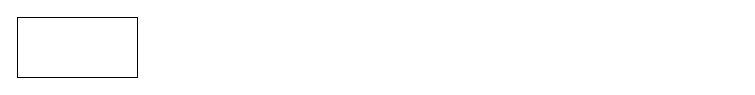
DUANQY0818/diagrams-collection keeps this draw.io diagram as page "第 1 页" (1 of 2) of variant-form.drawio. Above is the earlier version. Source tidied: cells renumbered, new cells numbered last; positions are measured from the earlier drawing's top-left corner, leaving out a move shared by most shapes. Both pictures are drawn from the tidied source at 100%, with x=0, y=0 at pixel (17, 17).
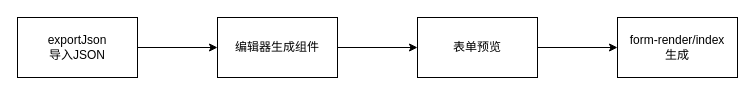
After the change.

What changed in the source:
```diff
@@
 <mxGraphModel>
   <root>
     <mxCell id="0" />
     <mxCell id="1" parent="0" />
+    <mxCell id="3" style="edgeStyle=orthogonalEdgeStyle;rounded=0;jettySize=auto;html=1;" parent="1" edge="1" source="2" target="5">
+      <mxGeometry relative="1" as="geometry" />
+    </mxCell>
-    <mxCell id="2" style="rounded=0;whiteSpace=wrap;html=1;" parent="1" vertex="1">
+    <mxCell id="2" value="exportJson&lt;br&gt;导入JSON" style="rounded=0;whiteSpace=wrap;html=1;" parent="1" vertex="1">
       <mxGeometry width="120" height="60" as="geometry" />
     </mxCell>
+    <mxCell id="4" style="edgeStyle=orthogonalEdgeStyle;rounded=0;jettySize=auto;html=1;" parent="1" edge="1" source="5" target="7">
+      <mxGeometry relative="1" as="geometry" />
+    </mxCell>
+    <mxCell id="5" value="编辑器生成组件" style="whiteSpace=wrap;html=1;rounded=0;" parent="1" vertex="1">
+      <mxGeometry x="200" width="120" height="60" as="geometry" />
+    </mxCell>
+    <mxCell id="6" style="edgeStyle=orthogonalEdgeStyle;rounded=0;jettySize=auto;html=1;" parent="1" edge="1" source="7" target="8">
+      <mxGeometry relative="1" as="geometry" />
+    </mxCell>
+    <mxCell id="7" value="表单预览" style="whiteSpace=wrap;html=1;rounded=0;" parent="1" vertex="1">
+      <mxGeometry x="400" width="120" height="60" as="geometry" />
+    </mxCell>
+    <mxCell id="8" value="form-render/index&lt;br&gt;生成" style="whiteSpace=wrap;html=1;rounded=0;" parent="1" vertex="1">
+      <mxGeometry x="600" width="120" height="60" as="geometry" />
+    </mxCell>
   </root>
 </mxGraphModel>
```
